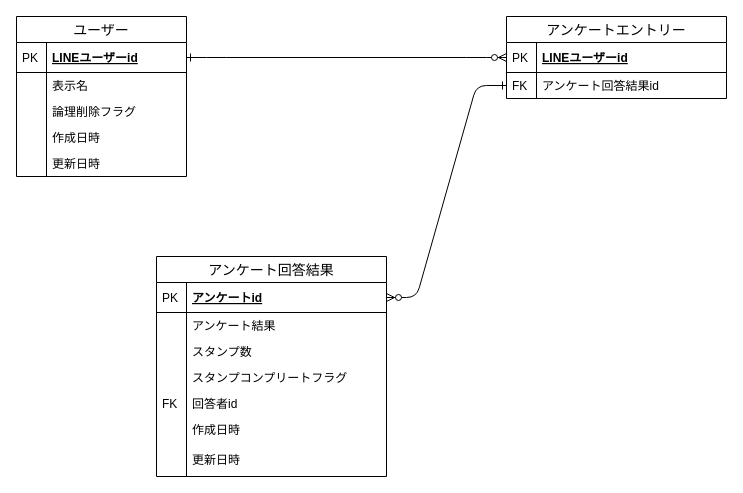
Before: ER/stamp_rally.dio in kaneyan0607/line-stamp-rally, a draw.io diagram. Source tidied: cells renumbered, new cells numbered last; positions are measured from the earlier drawing's top-left corner, leaving out a move shared by most shapes. Both pictures are drawn from the tidied source at 100%, with x=0, y=0 at pixel (16, 16).
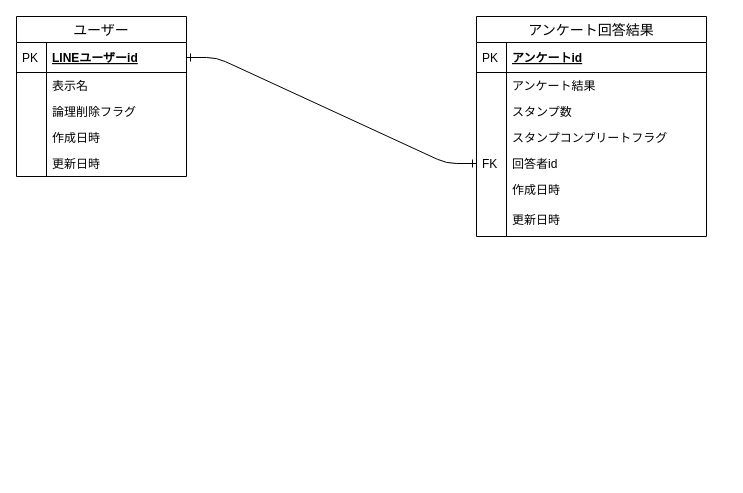
After the change.

Commit message:
remove:中間テーブルを削除

Unchanged cells that the change refers to:
```xml
<mxCell id="3" value="LINEユーザーid" style="shape=partialRectangle;top=0;left=0;right=0;bottom=1;align=left;verticalAlign=middle;fillColor=none;spacingLeft=34;spacingRight=4;overflow=hidden;points=[[0,0.5],[1,0.5]];portConstraint=eastwest;fontStyle=5;fontSize=12;" parent="2" vertex="1">
  <mxGeometry y="26" width="170" height="30" as="geometry" />
</mxCell>
<mxCell id="14" value="アンケートid" style="shape=partialRectangle;top=0;left=0;right=0;bottom=1;align=left;verticalAlign=middle;fillColor=none;spacingLeft=34;spacingRight=4;overflow=hidden;points=[[0,0.5],[1,0.5]];portConstraint=eastwest;fontStyle=5;fontSize=12;" parent="13" vertex="1">
  <mxGeometry y="26" width="230" height="30" as="geometry" />
</mxCell>
<mxCell id="22" value="回答者id&#10;" style="shape=partialRectangle;top=0;left=0;right=0;bottom=0;align=left;verticalAlign=top;fillColor=none;spacingLeft=34;spacingRight=4;overflow=hidden;points=[[0,0.5],[1,0.5]];portConstraint=eastwest;fontSize=12;" parent="13" vertex="1">
  <mxGeometry y="134" width="230" height="26" as="geometry" />
</mxCell>
```

What changed in the source:
```diff
@@
     <mxCell id="13" value="アンケート回答結果" style="swimlane;fontStyle=0;horizontal=1;startSize=26;align=center;fontSize=14;" parent="1" vertex="1">
-      <mxGeometry x="140" y="240" width="230" height="220" as="geometry" />
+      <mxGeometry x="460" width="230" height="220" as="geometry" />
     </mxCell>
@@
-    <mxCell id="28" value="アンケートエントリー" style="swimlane;fontStyle=0;horizontal=1;startSize=26;align=center;fontSize=14;" parent="1" vertex="1">
-      <mxGeometry x="490" width="220" height="82" as="geometry" />
-    </mxCell>
-    <mxCell id="29" value="LINEユーザーid" style="shape=partialRectangle;top=0;left=0;right=0;bottom=1;align=left;verticalAlign=middle;fillColor=none;spacingLeft=34;spacingRight=4;overflow=hidden;points=[[0,0.5],[1,0.5]];portConstraint=eastwest;fontStyle=5;fontSize=12;" parent="28" vertex="1">
-      <mxGeometry y="26" width="220" height="30" as="geometry" />
-    </mxCell>
-    <mxCell id="30" value="PK" style="shape=partialRectangle;top=0;left=0;bottom=0;fillColor=none;align=left;verticalAlign=middle;spacingLeft=4;spacingRight=4;overflow=hidden;fontSize=12;" parent="29" vertex="1">
-      <mxGeometry width="30" height="30" as="geometry" />
-    </mxCell>
-    <mxCell id="31" value="アンケート回答結果id" style="shape=partialRectangle;top=0;left=0;right=0;bottom=0;align=left;verticalAlign=top;fillColor=none;spacingLeft=34;spacingRight=4;overflow=hidden;points=[[0,0.5],[1,0.5]];portConstraint=eastwest;fontSize=12;" parent="28" vertex="1">
-      <mxGeometry y="56" width="220" height="26" as="geometry" />
-    </mxCell>
-    <mxCell id="32" value="FK" style="shape=partialRectangle;top=0;left=0;bottom=0;fillColor=none;align=left;verticalAlign=top;spacingLeft=4;spacingRight=4;overflow=hidden;fontSize=12;" parent="31" vertex="1">
-      <mxGeometry width="30" height="26" as="geometry" />
-    </mxCell>
-    <mxCell id="33" style="edgeStyle=entityRelationEdgeStyle;fontSize=12;html=1;endArrow=ERone;startArrow=ERzeroToMany;endFill=0;startFill=1;entryX=1;entryY=0.5;entryDx=0;entryDy=0;exitX=0;exitY=0.5;exitDx=0;exitDy=0;" parent="1" edge="1" source="29" target="3">
+    <mxCell id="33" style="edgeStyle=entityRelationEdgeStyle;fontSize=12;html=1;endArrow=ERone;startArrow=ERone;endFill=0;startFill=0;entryX=1;entryY=0.5;entryDx=0;entryDy=0;exitX=0;exitY=0.5;exitDx=0;exitDy=0;" parent="1" edge="1" source="22" target="3">
       <mxGeometry relative="1" as="geometry" />
     </mxCell>
-    <mxCell id="34" style="edgeStyle=entityRelationEdgeStyle;fontSize=12;html=1;endArrow=ERone;startArrow=ERzeroToMany;endFill=0;startFill=1;entryX=0;entryY=0.5;entryDx=0;entryDy=0;exitX=1;exitY=0.5;exitDx=0;exitDy=0;" parent="1" edge="1" source="14" target="31">
-      <mxGeometry relative="1" as="geometry" />
-    </mxCell>
```
